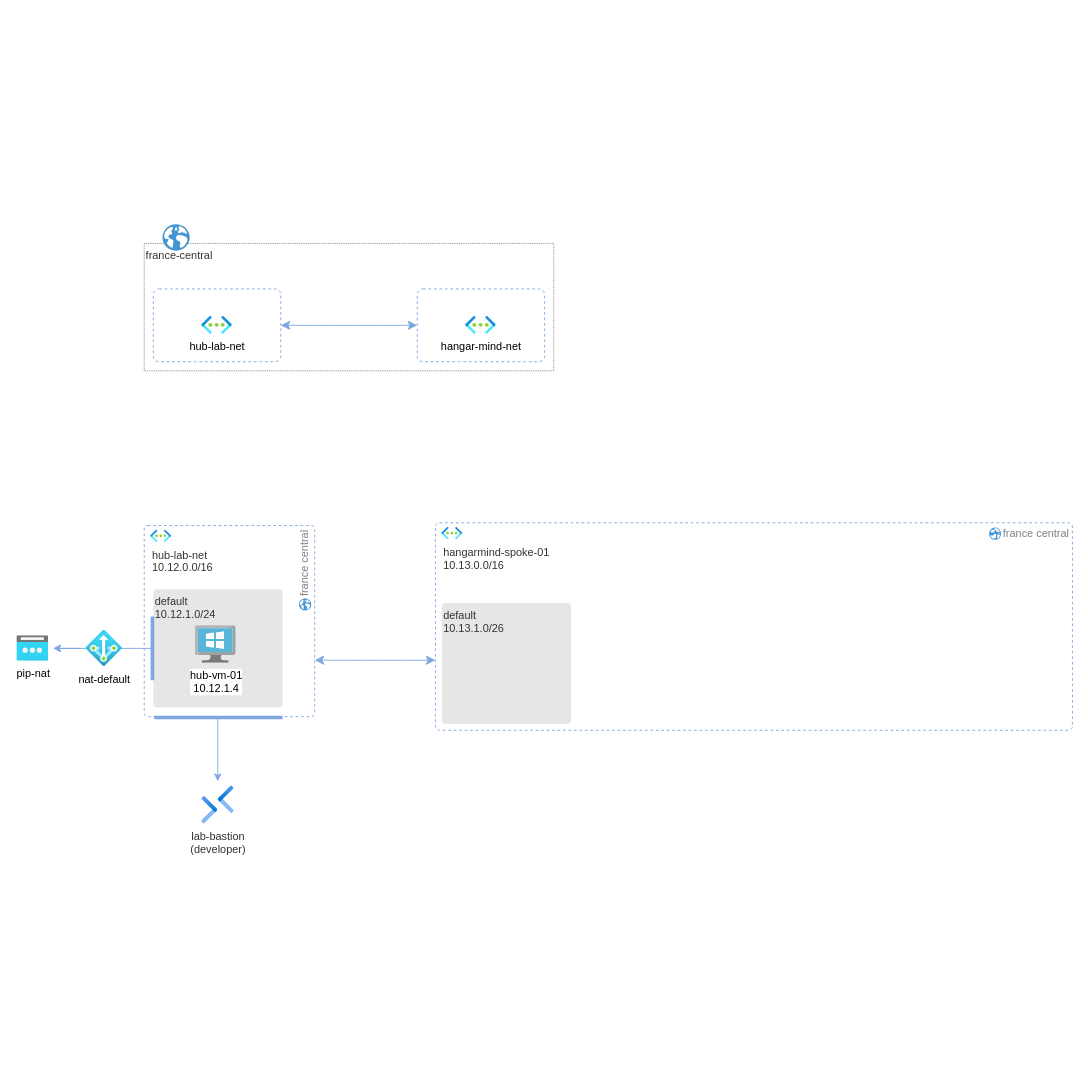
The draw.io diagram architecture.drawio in nicolgit/AMA14-assignment, before the edit. Source tidied: cells renumbered, new cells numbered last; positions are measured from the earlier drawing's top-left corner, leaving out a move shared by most shapes. Both pictures are drawn from the tidied source at 91%, with x=0, y=0 at pixel (16, 224).
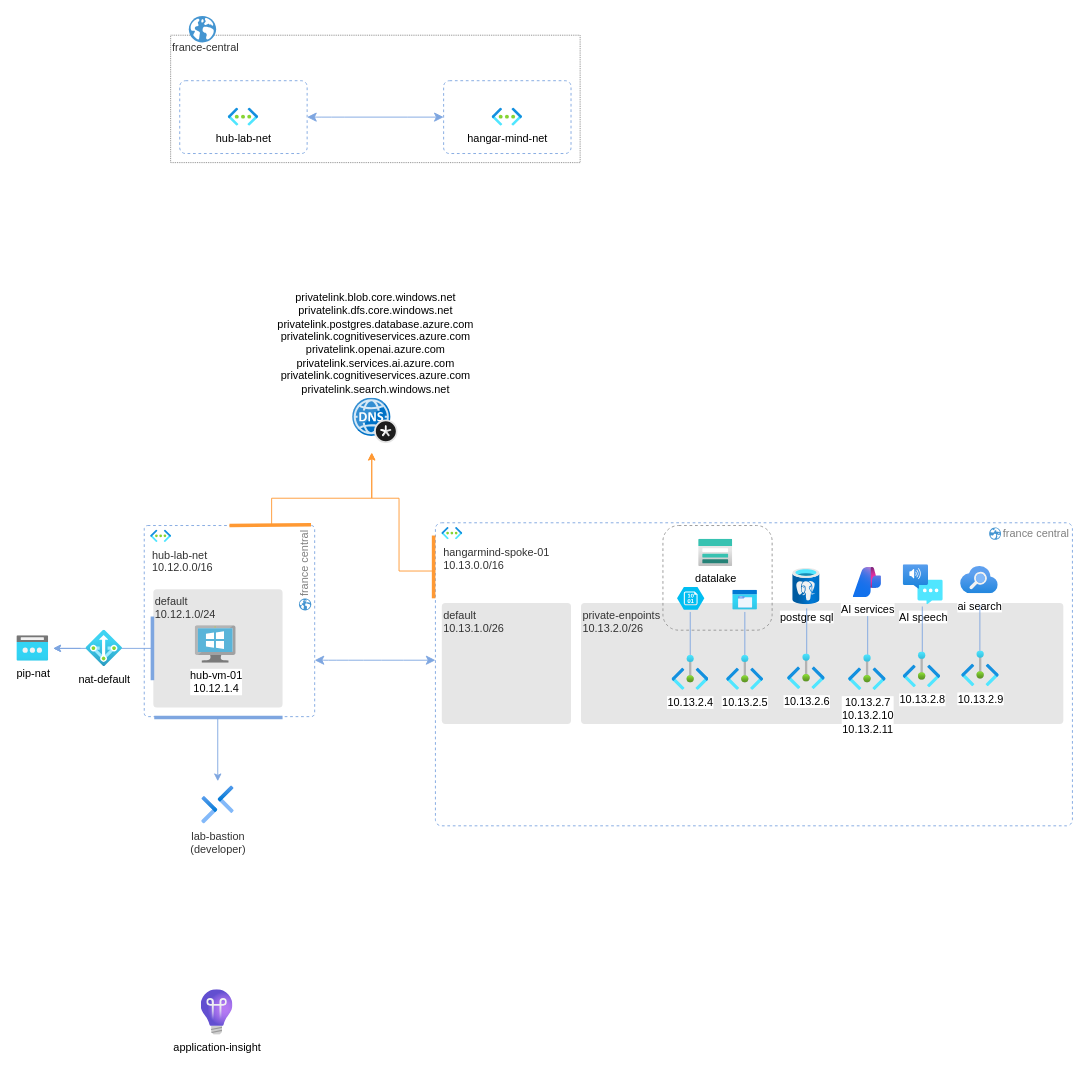
The same page after the edit.

Unchanged cells that the change refers to:
```xml
<mxCell id="11" style="rounded=1;whiteSpace=wrap;html=1;fontSize=16;dashed=1;strokeColor=#7EA6E0;arcSize=2;fontFamily=Helvetica;" parent="1" vertex="1">
  <mxGeometry x="140" y="331" width="187.3" height="210" as="geometry" />
</mxCell>
```

What changed in the source:
```diff
@@
     <mxCell id="2" value="france-central" style="rounded=0;whiteSpace=wrap;html=1;fontSize=12;fillColor=none;strokeColor=#808080;dashed=1;dashPattern=1 1;verticalAlign=top;fontColor=#333333;align=left;" parent="1" vertex="1">
-      <mxGeometry x="140" y="21" width="450" height="140" as="geometry" />
+      <mxGeometry x="169" y="-207.8" width="450" height="140" as="geometry" />
     </mxCell>
     <mxCell id="3" style="group;" parent="1" vertex="1">
-      <mxGeometry x="150" y="71" width="140" height="80" as="geometry" />
+      <mxGeometry x="179" y="-157.8" width="140" height="80" as="geometry" />
     </mxCell>
@@
     <mxCell id="6" style="group;" parent="1" vertex="1">
-      <mxGeometry x="440" y="71" width="140" height="80" as="geometry" />
+      <mxGeometry x="469" y="-157.8" width="140" height="80" as="geometry" />
     </mxCell>
@@
     <mxCell id="10" style="shadow=0;dashed=0;html=1;strokeColor=none;fillColor=#4495D1;labelPosition=center;verticalLabelPosition=bottom;verticalAlign=top;align=center;shape=mxgraph.veeam.globe;fontSize=16;" parent="1" vertex="1">
-      <mxGeometry x="160" y="-0.2" width="30" height="29.2" as="geometry" />
+      <mxGeometry x="189" y="-229" width="30" height="29.2" as="geometry" />
     </mxCell>
@@
-    <mxCell id="18" style="group;fontFamily=Helvetica;" parent="1" vertex="1">
-      <mxGeometry x="460" y="328" width="700" height="228" as="geometry" />
-    </mxCell>
-    <mxCell id="19" style="rounded=1;whiteSpace=wrap;html=1;fontSize=16;dashed=1;strokeColor=#7EA6E0;arcSize=2;fontFamily=Helvetica;" parent="18" vertex="1">
-      <mxGeometry width="700" height="228" as="geometry" />
-    </mxCell>
-    <mxCell id="20" value="hangarmind-spoke-01&lt;br&gt;10.13.0.0/16" style="html=1;align=left;image;fontSize=12;image=img/lib/azure2/networking/Virtual_Networks.svg;fontColor=#333333;fontFamily=Helvetica;" parent="18" vertex="1">
-      <mxGeometry x="7" y="5" width="23" height="13.7" as="geometry" />
-    </mxCell>
-    <mxCell id="21" style="group;fontFamily=Helvetica;" parent="18" vertex="1">
-      <mxGeometry x="7" y="88" width="142" height="133" as="geometry" />
-    </mxCell>
-    <mxCell id="22" value="default&lt;br&gt;10.13.1.0/26" style="rounded=1;whiteSpace=wrap;html=1;fontSize=12;arcSize=3;strokeColor=none;fillColor=#E6E6E6;fontColor=#333333;align=left;verticalAlign=top;fontFamily=Helvetica;" parent="21" vertex="1">
-      <mxGeometry width="142" height="133" as="geometry" />
-    </mxCell>
-    <mxCell id="23" value="france central" style="shadow=0;dashed=0;html=1;strokeColor=none;fillColor=#4495D1;labelPosition=right;verticalLabelPosition=middle;verticalAlign=middle;align=left;shape=mxgraph.veeam.globe;fontSize=12;fontColor=#808080;direction=south;rotation=0;fontFamily=Helvetica;" parent="18" vertex="1">
-      <mxGeometry x="608.5" y="5.2" width="13" height="13.5" as="geometry" />
-    </mxCell>
@@
+    <mxCell id="32" value="application-insight" style="image;html=1;align=center;fontSize=12;image=img/lib/azure2/management_governance/Application_Insights.svg;" parent="1" vertex="1">
+      <mxGeometry x="202.5" y="841" width="34.9" height="50" as="geometry" />
+    </mxCell>
+    <mxCell id="19" style="rounded=1;whiteSpace=wrap;html=1;fontSize=16;dashed=1;strokeColor=#7EA6E0;arcSize=2;fontFamily=Helvetica;" parent="1" vertex="1">
+      <mxGeometry x="460" y="328" width="700" height="333" as="geometry" />
+    </mxCell>
+    <mxCell id="20" value="hangarmind-spoke-01&lt;br&gt;10.13.0.0/16" style="html=1;align=left;image;fontSize=12;image=img/lib/azure2/networking/Virtual_Networks.svg;fontColor=#333333;fontFamily=Helvetica;" parent="1" vertex="1">
+      <mxGeometry x="467" y="333" width="23" height="13.7" as="geometry" />
+    </mxCell>
+    <mxCell id="21" style="group;fontFamily=Helvetica;" parent="1" vertex="1">
+      <mxGeometry x="467" y="416" width="142" height="133" as="geometry" />
+    </mxCell>
+    <mxCell id="22" value="default&lt;br&gt;10.13.1.0/26" style="rounded=1;whiteSpace=wrap;html=1;fontSize=12;arcSize=3;strokeColor=none;fillColor=#E6E6E6;fontColor=#333333;align=left;verticalAlign=top;fontFamily=Helvetica;" parent="21" vertex="1">
+      <mxGeometry width="142" height="133" as="geometry" />
+    </mxCell>
+    <mxCell id="23" value="france central" style="shadow=0;dashed=0;html=1;strokeColor=none;fillColor=#4495D1;labelPosition=right;verticalLabelPosition=middle;verticalAlign=middle;align=left;shape=mxgraph.veeam.globe;fontSize=12;fontColor=#808080;direction=south;rotation=0;fontFamily=Helvetica;" parent="1" vertex="1">
+      <mxGeometry x="1068.5" y="333.2" width="13" height="13.5" as="geometry" />
+    </mxCell>
+    <mxCell id="33" style="group;fontFamily=Helvetica;" parent="1" vertex="1">
+      <mxGeometry x="620" y="416" width="530" height="133" as="geometry" />
+    </mxCell>
+    <mxCell id="34" value="private-enpoints&lt;br&gt;10.13.2.0/26" style="rounded=1;whiteSpace=wrap;html=1;fontSize=12;arcSize=3;strokeColor=none;fillColor=#E6E6E6;fontColor=#333333;align=left;verticalAlign=top;fontFamily=Helvetica;" parent="33" vertex="1">
+      <mxGeometry width="530" height="133" as="geometry" />
+    </mxCell>
+    <mxCell id="35" style="group;" parent="1" vertex="1">
+      <mxGeometry x="710" y="331" width="120" height="181.1" as="geometry" />
+    </mxCell>
+    <mxCell id="36" style="endArrow=none;html=1;rounded=0;strokeColor=#7EA6E0;" parent="35" edge="1">
+      <mxGeometry relative="1" as="geometry">
+        <mxPoint x="90" y="150.4" as="sourcePoint" />
+        <mxPoint x="90" y="95" as="targetPoint" />
+      </mxGeometry>
+    </mxCell>
+    <mxCell id="37" value="10.13.2.5" style="image;html=1;align=center;fontSize=12;image=img/lib/azure2/other/Private_Endpoints.svg;" parent="35" vertex="1">
+      <mxGeometry x="70" y="142.6" width="40.5" height="38.5" as="geometry" />
+    </mxCell>
+    <mxCell id="38" style="endArrow=none;html=1;rounded=0;strokeColor=#7EA6E0;" parent="35" edge="1">
+      <mxGeometry relative="1" as="geometry">
+        <mxPoint x="30" y="150.4" as="sourcePoint" />
+        <mxPoint x="30" y="95" as="targetPoint" />
+      </mxGeometry>
+    </mxCell>
+    <mxCell id="39" value="10.13.2.4" style="image;html=1;align=center;fontSize=12;image=img/lib/azure2/other/Private_Endpoints.svg;" parent="35" vertex="1">
+      <mxGeometry x="10" y="142.6" width="40.5" height="38.5" as="geometry" />
+    </mxCell>
+    <mxCell id="40" style="verticalLabelPosition=bottom;html=1;verticalAlign=top;align=center;strokeColor=none;fillColor=#00BEF2;shape=mxgraph.azure.storage_blob;" parent="35" vertex="1">
+      <mxGeometry x="15.5" y="67.5" width="30" height="25" as="geometry" />
+    </mxCell>
+    <mxCell id="41" style="image;html=1;align=center;fontSize=12;image=img/lib/azure2/general/Storage_Azure_Files.svg;" parent="35" vertex="1">
+      <mxGeometry x="76.7" y="71" width="27.1" height="22" as="geometry" />
+    </mxCell>
+    <mxCell id="42" value="datalake" style="image;html=1;align=center;fontSize=12;image=img/lib/azure2/storage/Storage_Accounts.svg;" parent="35" vertex="1">
+      <mxGeometry x="39.2" y="15" width="37.5" height="30" as="geometry" />
+    </mxCell>
+    <mxCell id="43" style="rounded=1;whiteSpace=wrap;html=1;strokeColor=#959595;fillColor=none;dashed=1;" parent="35" vertex="1">
+      <mxGeometry width="120" height="115" as="geometry" />
+    </mxCell>
+    <mxCell id="44" style="group;" parent="1" vertex="1">
+      <mxGeometry x="847" y="378" width="41.2" height="133.2" as="geometry" />
+    </mxCell>
+    <mxCell id="45" value="postgre sql" style="image;html=1;align=center;fontSize=12;image=img/lib/azure2/databases/Azure_Database_PostgreSQL_Server.svg;" parent="44" vertex="1">
+      <mxGeometry x="5.6" width="30" height="40" as="geometry" />
+    </mxCell>
+    <mxCell id="46" style="endArrow=none;html=1;rounded=0;strokeColor=#7EA6E0;" parent="44" edge="1">
+      <mxGeometry relative="1" as="geometry">
+        <mxPoint x="21" y="102" as="sourcePoint" />
+        <mxPoint x="21" y="44" as="targetPoint" />
+      </mxGeometry>
+    </mxCell>
+    <mxCell id="47" value="10.13.2.6" style="image;html=1;align=center;fontSize=12;image=img/lib/azure2/other/Private_Endpoints.svg;" parent="44" vertex="1">
+      <mxGeometry y="94" width="41.2" height="39.2" as="geometry" />
+    </mxCell>
+    <mxCell id="48" value="privatelink.blob.core.windows.net&lt;br&gt;privatelink.dfs.core.windows.net&lt;br&gt;privatelink.postgres.database.azure.com&lt;br&gt;&lt;div&gt;privatelink.cognitiveservices.azure.com&lt;/div&gt;&lt;div&gt;privatelink.openai.azure.com&lt;/div&gt;&lt;div&gt;privatelink.services.ai.azure.com&lt;/div&gt;&lt;div&gt;privatelink.cognitiveservices.azure.com&lt;/div&gt;&lt;div&gt;privatelink.search.windows.net&lt;/div&gt;" style="image;sketch=0;html=1;align=center;fontSize=12;image=img/lib/mscae/DNS_Private_Zones.svg;labelPosition=center;verticalLabelPosition=top;verticalAlign=bottom;" parent="1" vertex="1">
+      <mxGeometry x="369" y="191" width="50" height="50" as="geometry" />
+    </mxCell>
+    <mxCell id="49" style="endArrow=none;html=1;rounded=0;strokeWidth=3.937;strokeColor=#FF9933;exitX=0.5;exitY=0;exitDx=0;exitDy=0;" parent="1" edge="1" source="11">
+      <mxGeometry relative="1" as="geometry">
+        <mxPoint x="323.3" y="330.2" as="targetPoint" />
+      </mxGeometry>
+    </mxCell>
+    <mxCell id="50" style="endArrow=none;html=1;rounded=0;strokeWidth=3.937;strokeColor=#FF9933;" parent="1" edge="1">
+      <mxGeometry relative="1" as="geometry">
+        <mxPoint x="458" y="411" as="sourcePoint" />
+        <mxPoint x="458" y="342" as="targetPoint" />
+      </mxGeometry>
+    </mxCell>
+    <mxCell id="51" style="endArrow=classic;html=1;rounded=0;strokeColor=#FF9933;" parent="1" edge="1">
+      <mxGeometry relative="1" as="geometry">
+        <mxPoint x="280" y="331" as="sourcePoint" />
+        <mxPoint x="390" y="251" as="targetPoint" />
+        <Array as="points">
+          <mxPoint x="280" y="301" />
+          <mxPoint x="390" y="301" />
+        </Array>
+      </mxGeometry>
+    </mxCell>
+    <mxCell id="52" style="endArrow=classic;html=1;rounded=0;strokeColor=#FF9933;" parent="1" edge="1">
+      <mxGeometry relative="1" as="geometry">
+        <mxPoint x="460" y="381" as="sourcePoint" />
+        <mxPoint x="390" y="251" as="targetPoint" />
+        <Array as="points">
+          <mxPoint x="420" y="381" />
+          <mxPoint x="420" y="301" />
+          <mxPoint x="390" y="301" />
+        </Array>
+      </mxGeometry>
+    </mxCell>
+    <mxCell id="53" style="group;" parent="1" vertex="1">
+      <mxGeometry x="914" y="377" width="41.2" height="135.2" as="geometry" />
+    </mxCell>
+    <mxCell id="54" style="endArrow=none;html=1;rounded=0;strokeColor=#7EA6E0;" parent="53" edge="1">
+      <mxGeometry relative="1" as="geometry">
+        <mxPoint x="21" y="104" as="sourcePoint" />
+        <mxPoint x="21" y="46" as="targetPoint" />
+      </mxGeometry>
+    </mxCell>
+    <mxCell id="55" value="10.13.2.7&lt;div&gt;10.13.2.10&lt;br&gt;10.13.2.11&lt;/div&gt;" style="image;html=1;align=center;fontSize=12;image=img/lib/azure2/other/Private_Endpoints.svg;" parent="53" vertex="1">
+      <mxGeometry y="96" width="41.2" height="39.2" as="geometry" />
+    </mxCell>
+    <mxCell id="56" value="AI services" style="image;html=1;align=center;fontSize=12;image=img/lib/azure2/ai_machine_learning/AI_Studio.svg;" parent="53" vertex="1">
+      <mxGeometry x="5" width="31.2" height="33.2" as="geometry" />
+    </mxCell>
+    <mxCell id="57" style="group;" parent="1" vertex="1">
+      <mxGeometry x="974" y="374" width="44" height="135.2" as="geometry" />
+    </mxCell>
+    <mxCell id="58" value="AI speech" style="image;html=1;align=center;fontSize=12;image=img/lib/azure2/ai_machine_learning/Speech_Services.svg;" parent="57" vertex="1">
+      <mxGeometry width="44" height="44" as="geometry" />
+    </mxCell>
+    <mxCell id="59" style="endArrow=none;html=1;rounded=0;strokeColor=#7EA6E0;" parent="57" edge="1">
+      <mxGeometry relative="1" as="geometry">
+        <mxPoint x="21" y="104" as="sourcePoint" />
+        <mxPoint x="21" y="46" as="targetPoint" />
+      </mxGeometry>
+    </mxCell>
+    <mxCell id="60" value="10.13.2.8" style="image;html=1;align=center;fontSize=12;image=img/lib/azure2/other/Private_Endpoints.svg;" parent="57" vertex="1">
+      <mxGeometry y="96" width="41.2" height="39.2" as="geometry" />
+    </mxCell>
+    <mxCell id="61" style="group;" parent="1" vertex="1">
+      <mxGeometry x="1037" y="376" width="42.5" height="132.1" as="geometry" />
+    </mxCell>
+    <mxCell id="62" value="ai search" style="image;html=1;align=center;fontSize=12;image=img/lib/azure2/app_services/Search_Services.svg;" parent="61" vertex="1">
+      <mxGeometry width="41.5" height="30" as="geometry" />
+    </mxCell>
+    <mxCell id="63" style="endArrow=none;html=1;rounded=0;strokeColor=#7EA6E0;" parent="61" edge="1">
+      <mxGeometry relative="1" as="geometry">
+        <mxPoint x="21.3" y="100.8" as="sourcePoint" />
+        <mxPoint x="21.3" y="42.8" as="targetPoint" />
+      </mxGeometry>
+    </mxCell>
+    <mxCell id="64" value="10.13.2.9" style="image;html=1;align=center;fontSize=12;image=img/lib/azure2/other/Private_Endpoints.svg;" parent="61" vertex="1">
+      <mxGeometry x="1.3" y="92.8" width="41.2" height="39.2" as="geometry" />
+    </mxCell>
```
